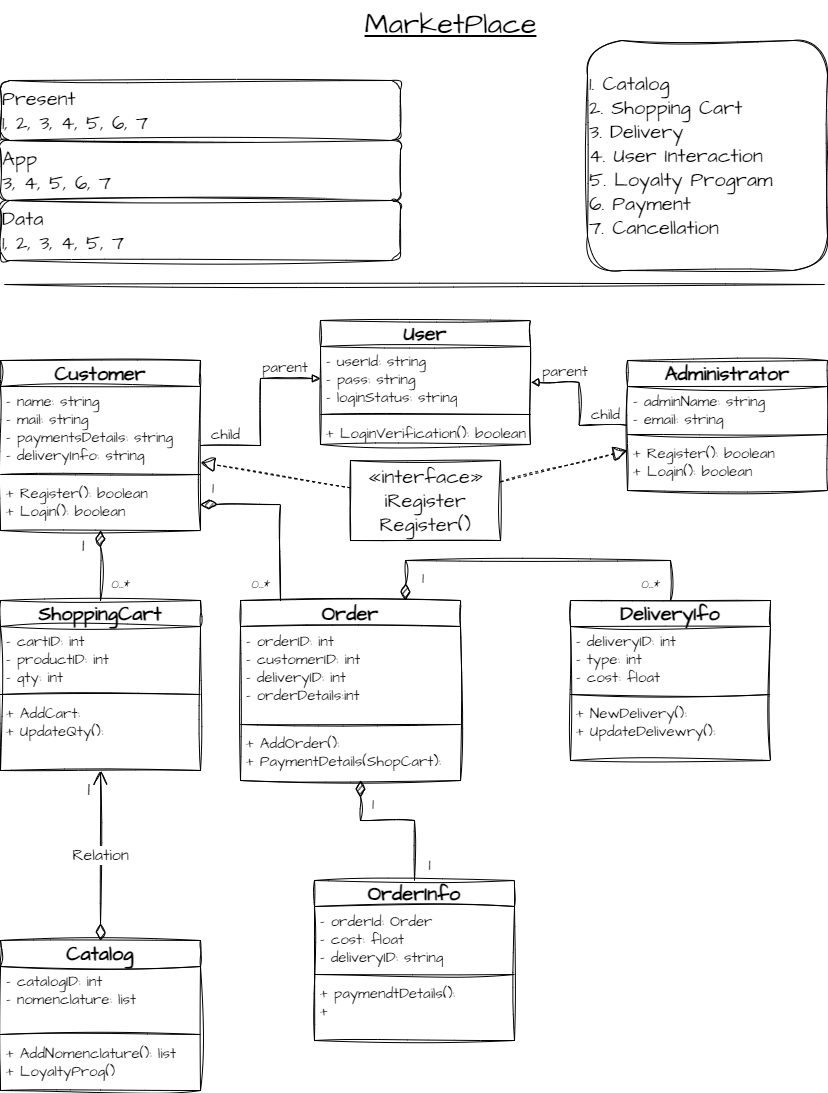
The draw.io diagram sem5/MarketPlace.png in bond40rus/ArhitecturaPO, before a commit. Source tidied: cells renumbered, new cells last; positions are measured from the earlier drawing's top-left corner, leaving out a move shared by most shapes.
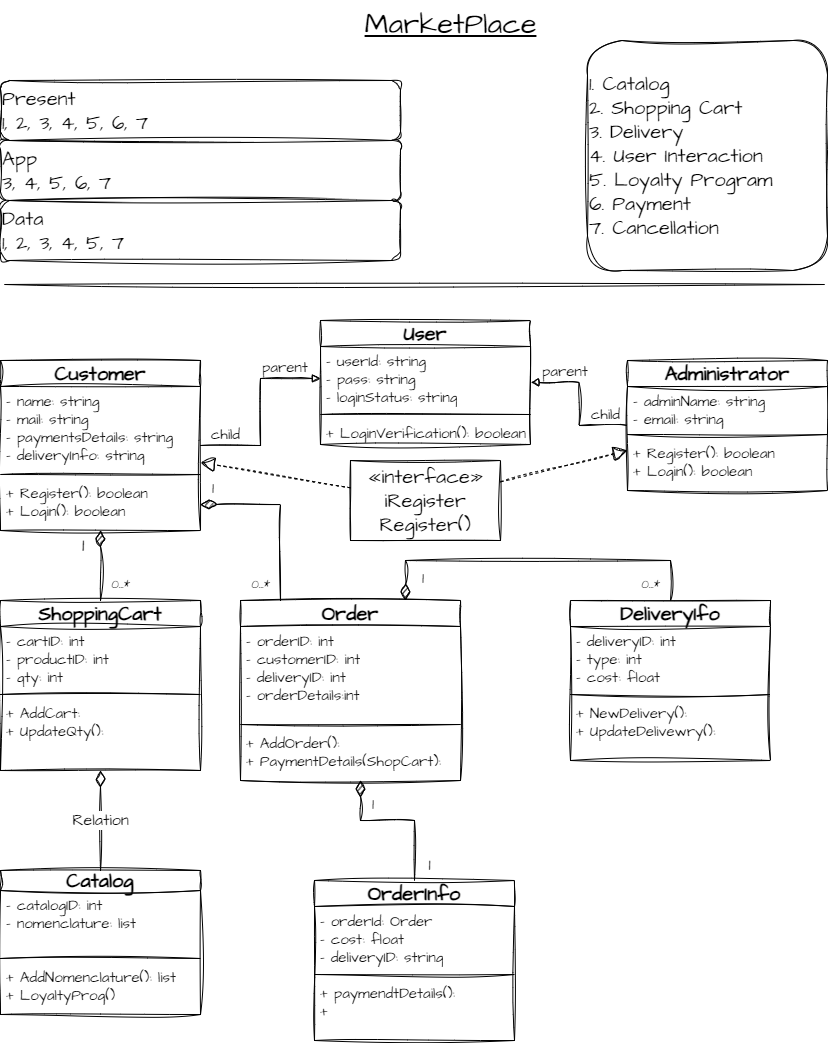
The same file after the commit.

Change to the diagram source:
```diff
@@ -1,4 +1,4 @@
-<mxGraphModel>
+<mxGraphModel background="#ffffff">
   <root>
     <mxCell id="0" />
     <mxCell id="1" parent="0" />
@@ -106,26 +106,21 @@
     <mxCell id="33" value="0...*" style="text;html=1;align=center;verticalAlign=middle;strokeColor=none;fillColor=none;fontSize=12;fontFamily=Architects Daughter;" parent="1" vertex="1">
       <mxGeometry x="100" y="570" width="40" height="30" as="geometry" />
     </mxCell>
-    <mxCell id="34" value="Catalog" style="swimlane;fontStyle=1;align=center;verticalAlign=middle;horizontal=1;startSize=26;whiteSpace=wrap;html=1;sketch=1;hachureGap=4;jiggle=2;curveFitting=1;fontFamily=Architects Daughter;fontSource=https%3A%2F%2Ffonts.googleapis.com%2Fcss%3Ffamily%3DArchitects%2BDaughter;fontSize=20;" parent="1" vertex="1">
-      <mxGeometry y="940" width="200" height="150" as="geometry" />
+    <mxCell id="34" value="Catalog" style="swimlane;fontStyle=1;align=center;verticalAlign=middle;horizontal=1;startSize=20;whiteSpace=wrap;html=1;sketch=1;hachureGap=4;jiggle=2;curveFitting=1;fontFamily=Architects Daughter;fontSource=https%3A%2F%2Ffonts.googleapis.com%2Fcss%3Ffamily%3DArchitects%2BDaughter;fontSize=20;" parent="1" vertex="1">
+      <mxGeometry y="870" width="200" height="144" as="geometry" />
     </mxCell>
     <mxCell id="35" value="- catalogID: int&lt;br&gt;- nomenclature: list" style="text;strokeColor=none;fillColor=none;align=left;verticalAlign=top;spacingLeft=4;spacingRight=4;overflow=hidden;whiteSpace=wrap;html=1;fontSize=15;fontFamily=Architects Daughter;" parent="34" vertex="1">
-      <mxGeometry y="26" width="200" height="64" as="geometry" />
+      <mxGeometry y="20" width="200" height="64" as="geometry" />
     </mxCell>
     <mxCell id="36" style="line;strokeWidth=1;fillColor=none;align=left;verticalAlign=middle;spacingTop=-1;spacingLeft=3;spacingRight=3;labelPosition=right;strokeColor=inherit;sketch=1;hachureGap=4;jiggle=2;curveFitting=1;fontFamily=Architects Daughter;fontSource=https%3A%2F%2Ffonts.googleapis.com%2Fcss%3Ffamily%3DArchitects%2BDaughter;fontSize=20;" parent="34" vertex="1">
-      <mxGeometry y="90" width="200" height="8" as="geometry" />
+      <mxGeometry y="84" width="200" height="8" as="geometry" />
     </mxCell>
     <mxCell id="37" value="+ AddNomenclature(): list&lt;br&gt;+ LoyaltyProg()" style="text;strokeColor=none;fillColor=none;align=left;verticalAlign=top;spacingLeft=4;spacingRight=4;overflow=hidden;whiteSpace=wrap;html=1;fontSize=15;fontFamily=Architects Daughter;" parent="34" vertex="1">
-      <mxGeometry y="98" width="200" height="52" as="geometry" />
+      <mxGeometry y="92" width="200" height="52" as="geometry" />
     </mxCell>
-    <mxCell id="38" value="Relation" style="endArrow=open;html=1;endSize=12;startArrow=diamondThin;startSize=14;startFill=0;edgeStyle=orthogonalEdgeStyle;rounded=0;sketch=1;hachureGap=4;jiggle=2;curveFitting=1;fontFamily=Architects Daughter;fontSource=https%3A%2F%2Ffonts.googleapis.com%2Fcss%3Ffamily%3DArchitects%2BDaughter;fontSize=16;" parent="1" edge="1" source="34" target="28">
+    <mxCell id="38" value="Relation" style="endArrow=none;html=1;endSize=12;startArrow=diamondThin;startSize=14;startFill=0;edgeStyle=orthogonalEdgeStyle;rounded=0;sketch=1;hachureGap=4;jiggle=2;curveFitting=1;fontFamily=Architects Daughter;fontSource=https%3A%2F%2Ffonts.googleapis.com%2Fcss%3Ffamily%3DArchitects%2BDaughter;fontSize=16;endFill=0;" parent="1" edge="1" source="28" target="34">
       <mxGeometry relative="1" as="geometry" />
     </mxCell>
-    <mxCell id="39" value="1" style="edgeLabel;html=1;align=right;verticalAlign=top;sketch=1;hachureGap=4;jiggle=2;curveFitting=1;fontFamily=Architects Daughter;fontSource=https%3A%2F%2Ffonts.googleapis.com%2Fcss%3Ffamily%3DArchitects%2BDaughter;fontSize=20;" parent="38" vertex="1">
-      <mxGeometry x="1" relative="1" as="geometry">
-        <mxPoint x="-10" as="offset" />
-      </mxGeometry>
-    </mxCell>
     <mxCell id="40" value="Order" style="swimlane;fontStyle=1;align=center;verticalAlign=middle;horizontal=1;startSize=26;whiteSpace=wrap;html=1;sketch=1;hachureGap=4;jiggle=2;curveFitting=1;fontFamily=Architects Daughter;fontSource=https%3A%2F%2Ffonts.googleapis.com%2Fcss%3Ffamily%3DArchitects%2BDaughter;fontSize=20;" parent="1" vertex="1">
       <mxGeometry x="240" y="600" width="220" height="180" as="geometry" />
     </mxCell>
```
